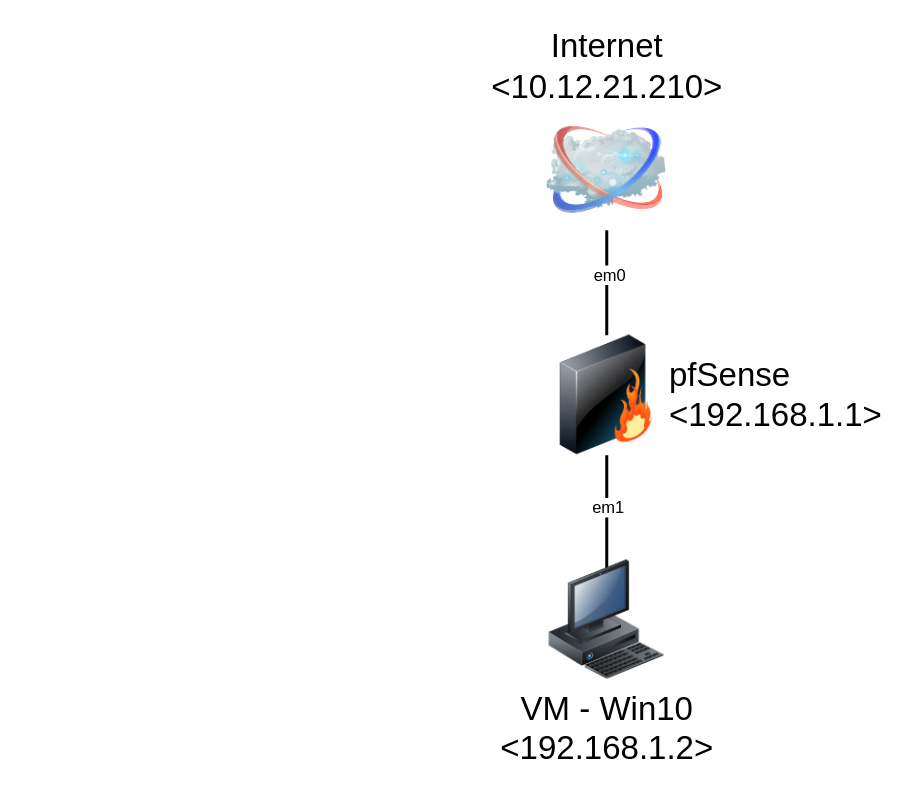
Before: class12/ops201-class12.drawio in Zach-ATK/Ops-201, a draw.io diagram. Source tidied: cells renumbered, new cells numbered last; positions are measured from the earlier drawing's top-left corner, leaving out a move shared by most shapes. Both pictures are drawn from the tidied source at 150%, with x=0, y=0 at pixel (546, 110).
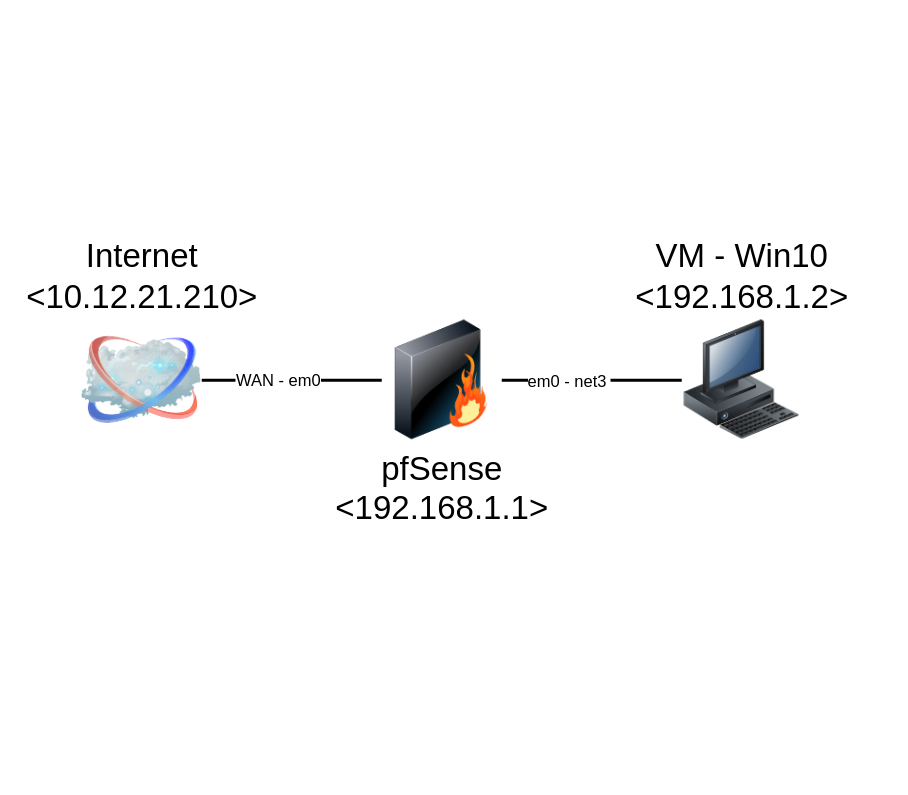
The same diagram, later.

Diff of the diagram source:
```diff
@@
 <mxGraphModel>
   <root>
     <mxCell id="0" />
     <mxCell id="1" parent="0" />
-    <mxCell id="2" style="edgeStyle=none;rounded=0;html=1;labelBackgroundColor=none;endArrow=none;strokeWidth=2;fontFamily=Verdana;fontSize=22;" parent="1" edge="1" target="7">
-      <mxGeometry relative="1" as="geometry">
-        <mxPoint x="40" y="325" as="sourcePoint" />
-      </mxGeometry>
+    <mxCell id="2" style="edgeStyle=none;rounded=0;html=1;labelBackgroundColor=none;endArrow=none;strokeWidth=2;fontFamily=Verdana;fontSize=22;exitX=0;exitY=0.5;exitDx=0;exitDy=0;" parent="1" edge="1" source="8" target="7">
+      <mxGeometry relative="1" as="geometry" />
     </mxCell>
-    <mxCell id="3" value="em1" style="edgeLabel;html=1;align=center;verticalAlign=middle;" parent="2" vertex="1">
-      <mxGeometry x="0.28" relative="1" as="geometry" />
+    <mxCell id="3" value="em0 - net3&amp;nbsp;" style="edgeLabel;html=1;align=center;verticalAlign=middle;" parent="2" vertex="1">
+      <mxGeometry x="0.28" relative="1" as="geometry">
+        <mxPoint x="1" as="offset" />
+      </mxGeometry>
     </mxCell>
     <mxCell id="4" value="Internet&lt;br&gt;&amp;lt;10.12.21.210&amp;gt;" style="image;html=1;labelBackgroundColor=#ffffff;image=img/lib/clip_art/networking/Cloud_128x128.png;rounded=1;shadow=0;comic=0;strokeWidth=2;fontSize=22;labelPosition=center;verticalLabelPosition=top;align=center;verticalAlign=bottom;" parent="1" vertex="1">
-      <mxGeometry width="80" height="80" as="geometry" />
+      <mxGeometry x="-310" y="140" width="80" height="80" as="geometry" />
     </mxCell>
     <mxCell id="5" style="edgeStyle=none;rounded=0;html=1;labelBackgroundColor=none;endArrow=none;strokeWidth=2;fontFamily=Verdana;fontSize=22;" parent="1" edge="1" source="7" target="4">
       <mxGeometry relative="1" as="geometry" />
     </mxCell>
-    <mxCell id="6" value="em0" style="edgeLabel;html=1;align=center;verticalAlign=middle;" parent="5" vertex="1">
+    <mxCell id="6" value="WAN - em0" style="edgeLabel;html=1;align=center;verticalAlign=middle;" parent="5" vertex="1">
       <mxGeometry x="0.17" y="-1" relative="1" as="geometry" />
     </mxCell>
-    <mxCell id="7" value="pfSense&lt;br&gt;&amp;lt;192.168.1.1&amp;gt;" style="image;html=1;labelBackgroundColor=#ffffff;image=img/lib/clip_art/networking/Firewall_128x128.png;rounded=1;shadow=0;comic=0;strokeWidth=2;fontSize=22;labelPosition=right;verticalLabelPosition=middle;align=left;verticalAlign=middle;" parent="1" vertex="1">
-      <mxGeometry y="150" width="80" height="80" as="geometry" />
+    <mxCell id="7" value="pfSense&lt;br&gt;&amp;lt;192.168.1.1&amp;gt;" style="image;html=1;labelBackgroundColor=#ffffff;image=img/lib/clip_art/networking/Firewall_128x128.png;rounded=1;shadow=0;comic=0;strokeWidth=2;fontSize=22;labelPosition=center;verticalLabelPosition=bottom;align=center;verticalAlign=top;horizontal=1;" parent="1" vertex="1">
+      <mxGeometry x="-110" y="140" width="80" height="80" as="geometry" />
     </mxCell>
-    <mxCell id="8" value="VM - Win10&lt;br&gt;&amp;lt;192.168.1.2&amp;gt;" style="image;html=1;labelBackgroundColor=#ffffff;image=img/lib/clip_art/computers/Workstation_128x128.png;rounded=1;shadow=0;comic=0;strokeWidth=2;fontSize=22;" parent="1" vertex="1">
-      <mxGeometry y="300" width="80" height="80" as="geometry" />
+    <mxCell id="8" value="VM - Win10&lt;br&gt;&amp;lt;192.168.1.2&amp;gt;" style="image;html=1;labelBackgroundColor=#ffffff;image=img/lib/clip_art/computers/Workstation_128x128.png;rounded=1;shadow=0;comic=0;strokeWidth=2;fontSize=22;labelPosition=center;verticalLabelPosition=top;align=center;verticalAlign=bottom;" parent="1" vertex="1">
+      <mxGeometry x="90" y="140" width="80" height="80" as="geometry" />
     </mxCell>
   </root>
 </mxGraphModel>
```
